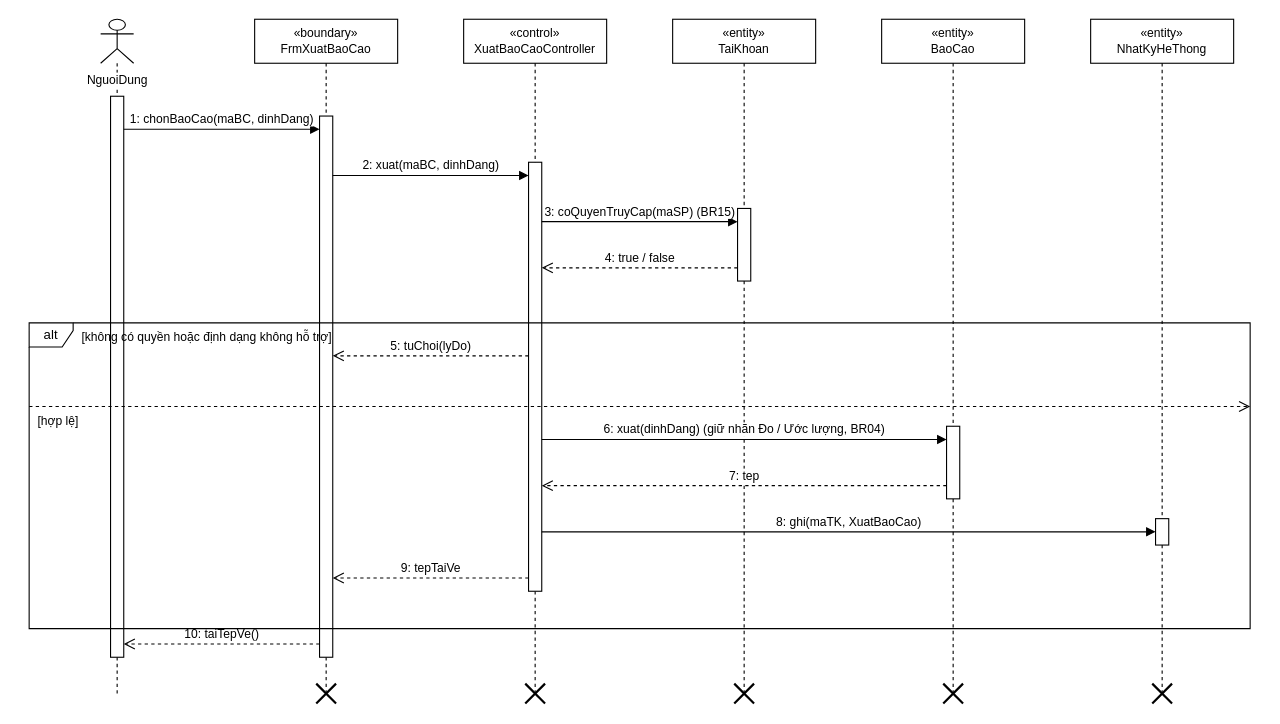
This is docs/diagrams/03_TuanTu/UC_GD_021_Sequence_XuatBaoCao.drawio from TranThienNhan8279/GreenDash, a draw.io file, before an edit. Source tidied: cells renumbered, new cells numbered last; positions are measured from the earlier drawing's top-left corner, leaving out a move shared by most shapes. Both pictures are drawn from the tidied source at 110%, with x=0, y=0 at pixel (29, 19).
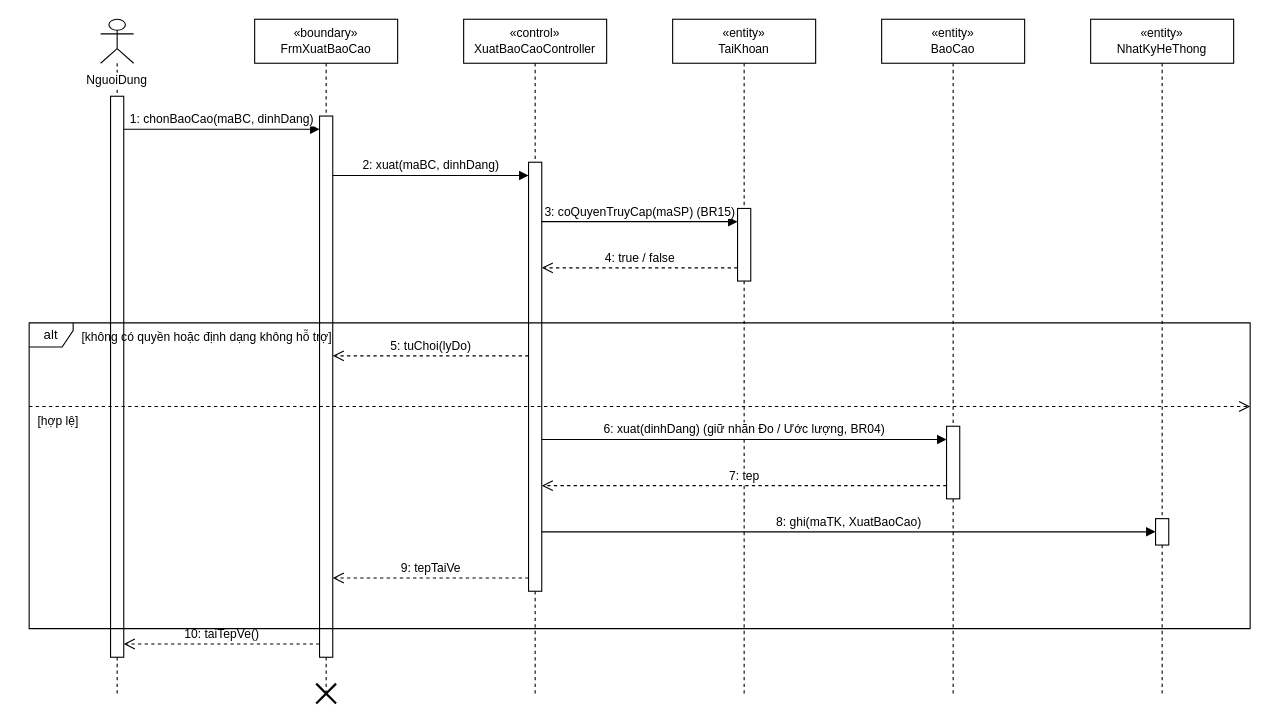
The same page after the edit.

What changed in the source:
```diff
@@
-    <mxCell id="2" value="NguoiDung" style="shape=umlLifeline;participant=umlActor;verticalAlign=top;spacingTop=42;labelBackgroundColor=#ffffff;perimeter=lifelinePerimeter;whiteSpace=nowrap;html=1;fontSize=11;" parent="1" vertex="1">
+    <mxCell id="2" value="NguoiDung" style="shape=umlLifeline;participant=umlActor;verticalAlign=top;spacingTop=42;labelBackgroundColor=#ffffff;perimeter=lifelinePerimeter;whiteSpace=wrap;html=1;fontSize=11;" parent="1" vertex="1">
       <mxGeometry x="65" width="30" height="613" as="geometry" />
     </mxCell>
@@
-    <mxCell id="12" style="shape=umlDestroy;html=1;strokeWidth=2;strokeColor=#000000;" parent="1" vertex="1">
-      <mxGeometry x="451" y="604" width="18" height="18" as="geometry" />
-    </mxCell>
@@
-    <mxCell id="14" style="shape=umlDestroy;html=1;strokeWidth=2;strokeColor=#000000;" parent="1" vertex="1">
-      <mxGeometry x="641" y="604" width="18" height="18" as="geometry" />
-    </mxCell>
@@
-    <mxCell id="16" style="shape=umlDestroy;html=1;strokeWidth=2;strokeColor=#000000;" parent="1" vertex="1">
-      <mxGeometry x="831" y="604" width="18" height="18" as="geometry" />
-    </mxCell>
@@
-    <mxCell id="18" style="shape=umlDestroy;html=1;strokeWidth=2;strokeColor=#000000;" parent="1" vertex="1">
-      <mxGeometry x="1021" y="604" width="18" height="18" as="geometry" />
-    </mxCell>
```
